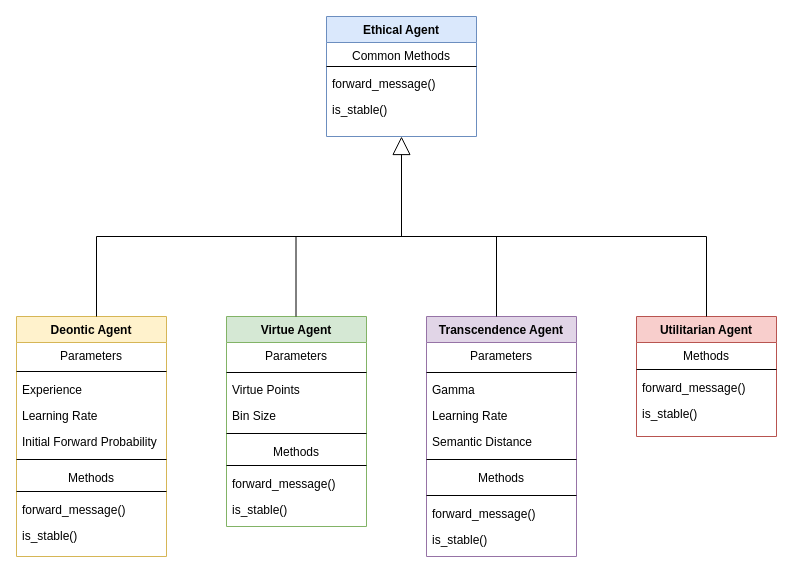
WSL-IIITB/SPECTRA keeps this draw.io diagram as page "Page-1" (1 of 2) of Untitled Diagram.drawio. Above is the earlier version. Source tidied: cells renumbered, new cells numbered last; positions are measured from the earlier drawing's top-left corner, leaving out a move shared by most shapes. Both pictures are drawn from the tidied source at 100%, with x=0, y=0 at pixel (16, 16).
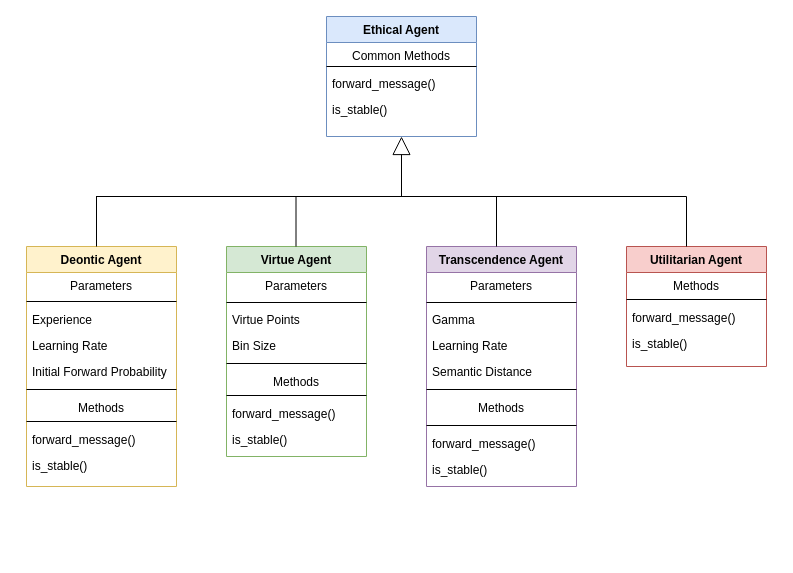
The same page after the edit.

The change refers to these unchanged cells:
```xml
<mxCell id="2" value="Ethical Agent" style="swimlane;fontStyle=1;align=center;verticalAlign=top;horizontal=1;startSize=26;rounded=0;shadow=0;strokeWidth=1;fillColor=#dae8fc;strokeColor=#6c8ebf;" parent="1" vertex="1">
  <mxGeometry x="310" width="150" height="120" as="geometry" />
</mxCell>
```

What changed in the source:
```diff
@@
     <mxCell id="7" value="Deontic Agent" style="swimlane;fontStyle=1;align=center;verticalAlign=top;horizontal=1;startSize=26;rounded=0;shadow=0;strokeWidth=1;fillColor=#fff2cc;strokeColor=#d6b656;" parent="1" vertex="1">
-      <mxGeometry y="300" width="150" height="240" as="geometry" />
+      <mxGeometry x="10" y="230" width="150" height="240" as="geometry" />
     </mxCell>
@@
     <mxCell id="18" value="Virtue Agent" style="swimlane;fontStyle=1;align=center;verticalAlign=top;horizontal=1;startSize=26;rounded=0;shadow=0;strokeWidth=1;fillColor=#d5e8d4;strokeColor=#82b366;" parent="1" vertex="1">
-      <mxGeometry x="210" y="300" width="140" height="210" as="geometry" />
+      <mxGeometry x="210" y="230" width="140" height="210" as="geometry" />
     </mxCell>
@@
     <mxCell id="28" value="Transcendence Agent" style="swimlane;fontStyle=1;align=center;verticalAlign=top;horizontal=1;startSize=26;rounded=0;shadow=0;strokeWidth=1;fillColor=#e1d5e7;strokeColor=#9673a6;" parent="1" vertex="1">
-      <mxGeometry x="410" y="300" width="150" height="240" as="geometry" />
+      <mxGeometry x="410" y="230" width="150" height="240" as="geometry" />
     </mxCell>
@@
     <mxCell id="39" value="Utilitarian Agent" style="swimlane;fontStyle=1;align=center;verticalAlign=top;horizontal=1;startSize=26;rounded=0;shadow=0;strokeWidth=1;fillColor=#f8cecc;strokeColor=#b85450;" parent="1" vertex="1">
-      <mxGeometry x="620" y="300" width="140" height="120" as="geometry" />
+      <mxGeometry x="610" y="230" width="140" height="120" as="geometry" />
     </mxCell>
@@
     <mxCell id="44" style="endArrow=block;endSize=16;endFill=0;html=1;rounded=0;entryX=0.5;entryY=1;entryDx=0;entryDy=0;" parent="1" edge="1" target="2">
       <mxGeometry relative="1" as="geometry">
-        <mxPoint x="385" y="220" as="sourcePoint" />
+        <mxPoint x="385" y="180" as="sourcePoint" />
       </mxGeometry>
     </mxCell>
     <mxCell id="45" style="endArrow=none;html=1;rounded=0;sourcePerimeterSpacing=195;targetPerimeterSpacing=195;" parent="1" edge="1">
       <mxGeometry relative="1" as="geometry">
-        <mxPoint x="80" y="220" as="sourcePoint" />
-        <mxPoint x="690" y="220" as="targetPoint" />
+        <mxPoint x="79.5" y="180" as="sourcePoint" />
+        <mxPoint x="670" y="180" as="targetPoint" />
       </mxGeometry>
     </mxCell>
-    <mxCell id="46" style="endArrow=none;html=1;rounded=0;exitX=0.5;exitY=0;exitDx=0;exitDy=0;" parent="1" edge="1">
-      <mxGeometry relative="1" as="geometry">
-        <mxPoint x="279.5" y="300" as="sourcePoint" />
-        <mxPoint x="279.5" y="220" as="targetPoint" />
-      </mxGeometry>
-    </mxCell>
-    <mxCell id="47" style="endArrow=none;html=1;rounded=0;exitX=0.5;exitY=0;exitDx=0;exitDy=0;" parent="1" edge="1">
-      <mxGeometry relative="1" as="geometry">
-        <mxPoint x="480" y="300" as="sourcePoint" />
-        <mxPoint x="480" y="220" as="targetPoint" />
-      </mxGeometry>
-    </mxCell>
-    <mxCell id="48" style="endArrow=none;html=1;rounded=0;exitX=0.5;exitY=0;exitDx=0;exitDy=0;" parent="1" edge="1">
-      <mxGeometry relative="1" as="geometry">
-        <mxPoint x="690" y="300" as="sourcePoint" />
-        <mxPoint x="690" y="220" as="targetPoint" />
-      </mxGeometry>
-    </mxCell>
-    <mxCell id="49" style="endArrow=none;html=1;rounded=0;exitX=0.5;exitY=0;exitDx=0;exitDy=0;" parent="1" edge="1">
+    <mxCell id="49" style="endArrow=none;html=1;rounded=0;" parent="1" edge="1">
       <mxGeometry relative="1" as="geometry">
-        <mxPoint x="80" y="300" as="sourcePoint" />
-        <mxPoint x="80" y="220" as="targetPoint" />
+        <mxPoint x="80" y="230" as="sourcePoint" />
+        <mxPoint x="80" y="180" as="targetPoint" />
       </mxGeometry>
     </mxCell>
+    <mxCell id="50" style="endArrow=none;html=1;rounded=0;" parent="1" edge="1">
+      <mxGeometry relative="1" as="geometry">
+        <mxPoint x="279.5" y="230" as="sourcePoint" />
+        <mxPoint x="279.5" y="180" as="targetPoint" />
+      </mxGeometry>
+    </mxCell>
+    <mxCell id="51" style="endArrow=none;html=1;rounded=0;" parent="1" edge="1">
+      <mxGeometry relative="1" as="geometry">
+        <mxPoint x="480" y="230" as="sourcePoint" />
+        <mxPoint x="480" y="180" as="targetPoint" />
+      </mxGeometry>
+    </mxCell>
+    <mxCell id="52" style="endArrow=none;html=1;rounded=0;" parent="1" edge="1">
+      <mxGeometry relative="1" as="geometry">
+        <mxPoint x="670" y="230" as="sourcePoint" />
+        <mxPoint x="670" y="180" as="targetPoint" />
+      </mxGeometry>
+    </mxCell>
```
